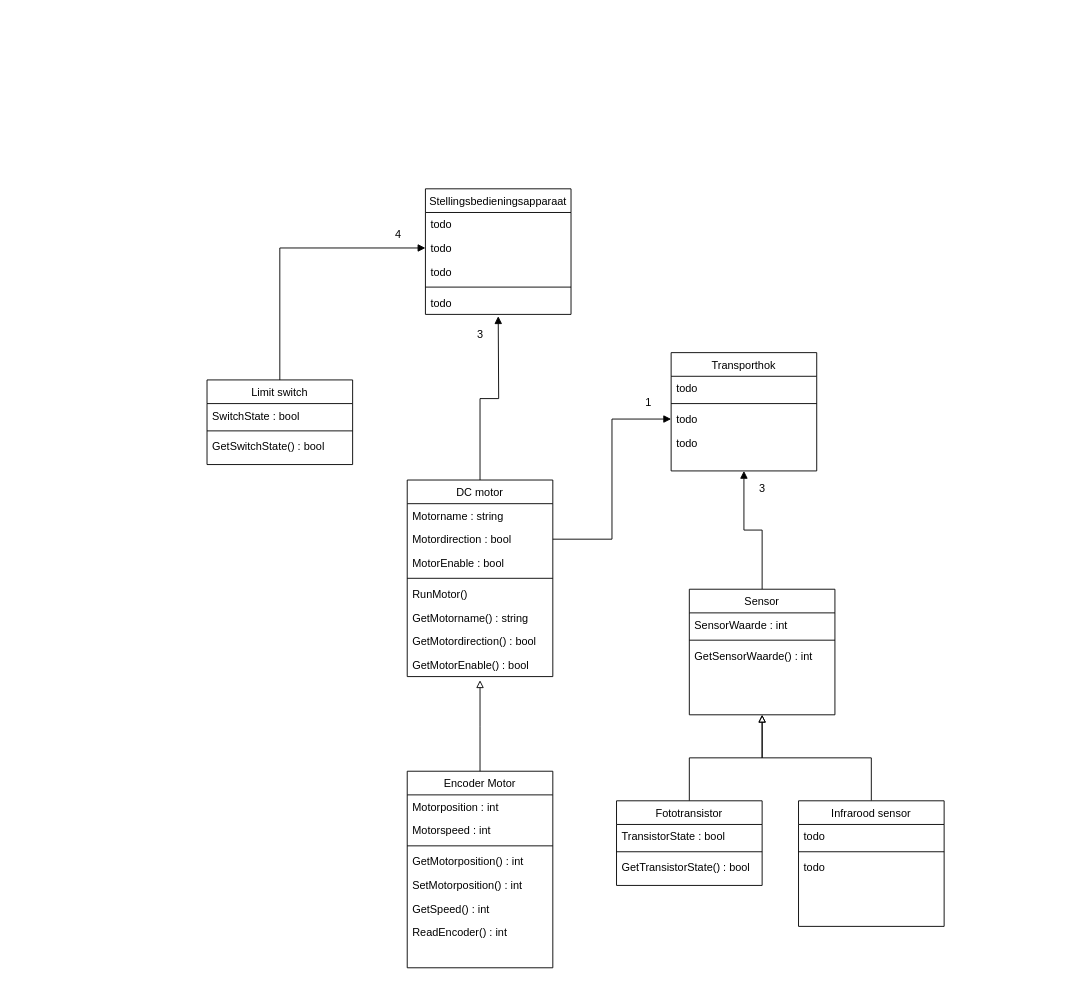
The draw.io diagram Sofware Design/Proftaak/Warehouse class diagram.drawio in TiemonS/Tiemon-Steeghs-Semester-3-Repository, before the edit. Source tidied: cells renumbered, new cells numbered last; positions are measured from the earlier drawing's top-left corner, leaving out a move shared by most shapes. Both pictures are drawn from the tidied source at 91%, with x=0, y=0 at pixel (207, 188).
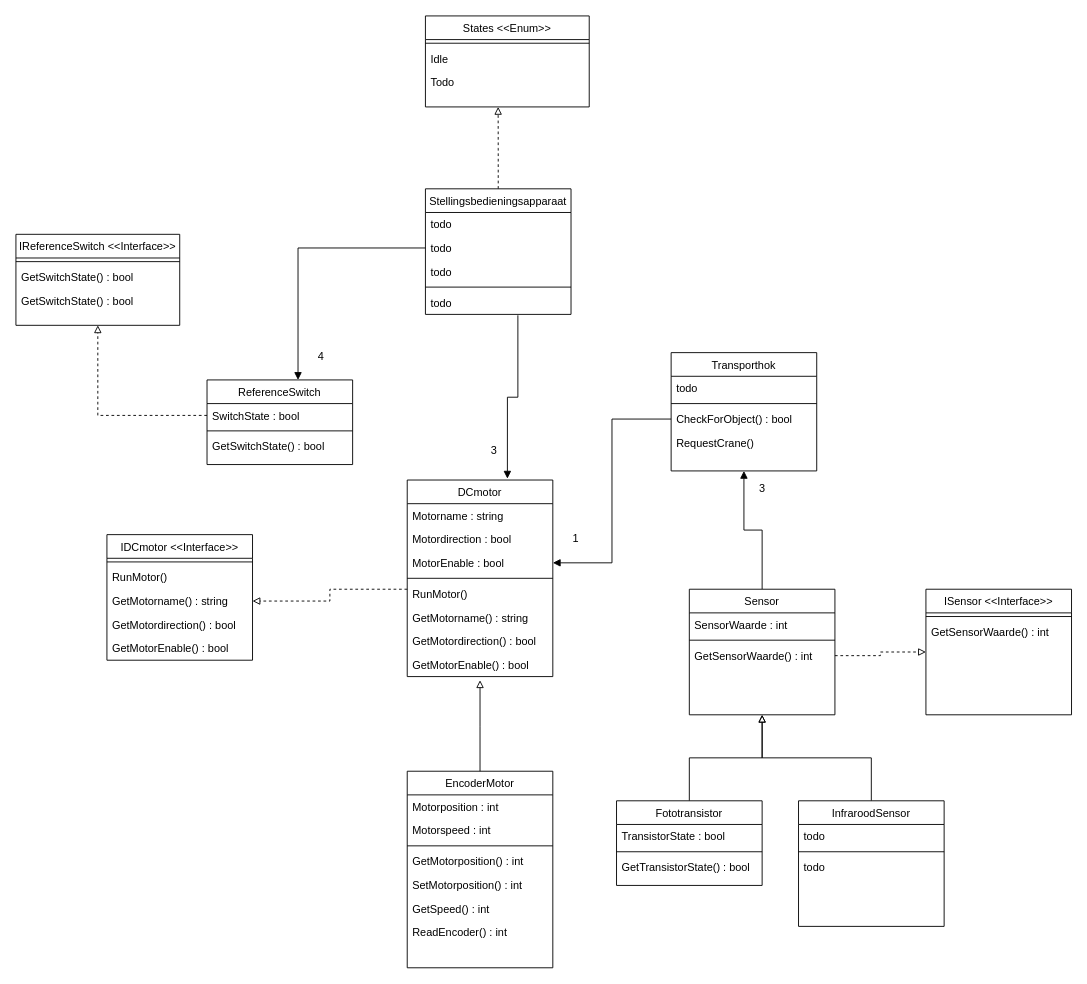
After the change.

Unchanged cells that the change refers to:
```xml
<mxCell id="2" value="Stellingsbedieningsapparaat" style="swimlane;fontStyle=0;align=center;verticalAlign=top;horizontal=1;startSize=26;rounded=0;shadow=0;strokeWidth=1;" parent="1" vertex="1">
  <mxGeometry x="240" width="160" height="138" as="geometry" />
</mxCell>
<mxCell id="4" value="todo" style="text;align=left;verticalAlign=top;spacingLeft=4;spacingRight=4;overflow=hidden;points=[[0,0.5],[1,0.5]];portConstraint=eastwest;rounded=0;shadow=0;html=0;" parent="2" vertex="1">
  <mxGeometry y="52" width="160" height="26" as="geometry" />
</mxCell>
<mxCell id="7" value="todo" style="text;align=left;verticalAlign=top;spacingLeft=4;spacingRight=4;overflow=hidden;points=[[0,0.5],[1,0.5]];portConstraint=eastwest;" parent="2" vertex="1">
  <mxGeometry y="112" width="160" height="26" as="geometry" />
</mxCell>
<mxCell id="11" value="Motordirection : bool" style="text;align=left;verticalAlign=top;spacingLeft=4;spacingRight=4;overflow=hidden;points=[[0,0.5],[1,0.5]];portConstraint=eastwest;rounded=0;shadow=0;html=0;" parent="9" vertex="1">
  <mxGeometry y="52" width="160" height="26" as="geometry" />
</mxCell>
<mxCell id="12" value="MotorEnable : bool" style="text;align=left;verticalAlign=top;spacingLeft=4;spacingRight=4;overflow=hidden;points=[[0,0.5],[1,0.5]];portConstraint=eastwest;rounded=0;shadow=0;html=0;" parent="9" vertex="1">
  <mxGeometry y="78" width="160" height="26" as="geometry" />
</mxCell>
<mxCell id="14" value="RunMotor()" style="text;align=left;verticalAlign=top;spacingLeft=4;spacingRight=4;overflow=hidden;points=[[0,0.5],[1,0.5]];portConstraint=eastwest;" parent="9" vertex="1">
  <mxGeometry y="112" width="160" height="26" as="geometry" />
</mxCell>
<mxCell id="29" value="SwitchState : bool" style="text;align=left;verticalAlign=top;spacingLeft=4;spacingRight=4;overflow=hidden;points=[[0,0.5],[1,0.5]];portConstraint=eastwest;" parent="28" vertex="1">
  <mxGeometry y="26" width="160" height="26" as="geometry" />
</mxCell>
<mxCell id="34" value="Transporthok" style="swimlane;fontStyle=0;align=center;verticalAlign=top;horizontal=1;startSize=26;rounded=0;shadow=0;strokeWidth=1;" parent="1" vertex="1">
  <mxGeometry x="510" y="180" width="160" height="130" as="geometry" />
</mxCell>
<mxCell id="55" value="GetSensorWaarde() : int" style="text;align=left;verticalAlign=top;spacingLeft=4;spacingRight=4;overflow=hidden;points=[[0,0.5],[1,0.5]];portConstraint=eastwest;" parent="52" vertex="1">
  <mxGeometry y="60" width="160" height="26" as="geometry" />
</mxCell>
```

What changed in the source:
```diff
@@
+    <mxCell id="57" style="edgeStyle=orthogonalEdgeStyle;rounded=0;jettySize=auto;html=1;exitX=0.5;exitY=0;exitDx=0;exitDy=0;dashed=1;endArrow=block;endFill=0;" parent="1" edge="1" source="2">
+      <mxGeometry relative="1" as="geometry">
+        <mxPoint x="319.9" y="-90" as="targetPoint" />
+      </mxGeometry>
+    </mxCell>
@@
-    <mxCell id="8" style="edgeStyle=orthogonalEdgeStyle;rounded=0;jettySize=auto;html=1;exitX=0.5;exitY=0;exitDx=0;exitDy=0;endArrow=block;endFill=1;" parent="1" edge="1" source="9">
-      <mxGeometry relative="1" as="geometry">
-        <mxPoint x="320" y="140" as="targetPoint" />
-      </mxGeometry>
+    <mxCell id="8" style="edgeStyle=orthogonalEdgeStyle;rounded=0;jettySize=auto;html=1;exitX=0.635;exitY=1.038;exitDx=0;exitDy=0;endArrow=block;endFill=1;entryX=0.688;entryY=-0.007;entryDx=0;entryDy=0;entryPerimeter=0;exitPerimeter=0;" parent="1" edge="1" source="7" target="9">
+      <mxGeometry relative="1" as="geometry" />
     </mxCell>
-    <mxCell id="9" value="DC motor" style="swimlane;fontStyle=0;align=center;verticalAlign=top;horizontal=1;startSize=26;rounded=0;shadow=0;strokeWidth=1;" parent="1" vertex="1">
+    <mxCell id="9" value="DCmotor" style="swimlane;fontStyle=0;align=center;verticalAlign=top;horizontal=1;startSize=26;rounded=0;shadow=0;strokeWidth=1;" parent="1" vertex="1">
       <mxGeometry x="220" y="320" width="160" height="216" as="geometry" />
     </mxCell>
@@
-    <mxCell id="18" value="Encoder Motor" style="swimlane;fontStyle=0;align=center;verticalAlign=top;horizontal=1;startSize=26;rounded=0;shadow=0;strokeWidth=1;" parent="1" vertex="1">
+    <mxCell id="18" value="EncoderMotor" style="swimlane;fontStyle=0;align=center;verticalAlign=top;horizontal=1;startSize=26;rounded=0;shadow=0;strokeWidth=1;" parent="1" vertex="1">
       <mxGeometry x="220" y="640" width="160" height="216" as="geometry" />
     </mxCell>
@@
-    <mxCell id="27" style="edgeStyle=orthogonalEdgeStyle;rounded=0;jettySize=auto;html=1;exitX=0.5;exitY=0;exitDx=0;exitDy=0;entryX=0;entryY=0.5;entryDx=0;entryDy=0;endArrow=block;endFill=1;" parent="1" edge="1" source="28" target="4">
+    <mxCell id="27" style="edgeStyle=orthogonalEdgeStyle;rounded=0;jettySize=auto;html=1;exitX=0;exitY=0.5;exitDx=0;exitDy=0;entryX=0.625;entryY=0;entryDx=0;entryDy=0;endArrow=block;endFill=1;entryPerimeter=0;" parent="1" edge="1" source="4" target="28">
       <mxGeometry relative="1" as="geometry" />
     </mxCell>
-    <mxCell id="28" value="Limit switch" style="swimlane;fontStyle=0;align=center;verticalAlign=top;horizontal=1;startSize=26;rounded=0;shadow=0;strokeWidth=1;" parent="1" vertex="1">
+    <mxCell id="28" value="ReferenceSwitch" style="swimlane;fontStyle=0;align=center;verticalAlign=top;horizontal=1;startSize=26;rounded=0;shadow=0;strokeWidth=1;" parent="1" vertex="1">
       <mxGeometry y="210" width="160" height="93" as="geometry" />
     </mxCell>
@@
     <mxCell id="32" value="4" style="text;html=1;align=center;verticalAlign=middle;strokeColor=none;fillColor=none;" parent="1" vertex="1">
-      <mxGeometry x="195" y="35" width="30" height="30" as="geometry" />
+      <mxGeometry x="110" y="170" width="30" height="30" as="geometry" />
     </mxCell>
     <mxCell id="33" value="3" style="text;html=1;align=center;verticalAlign=middle;strokeColor=none;fillColor=none;" parent="1" vertex="1">
-      <mxGeometry x="285" y="145" width="30" height="30" as="geometry" />
+      <mxGeometry x="300" y="273" width="30" height="30" as="geometry" />
     </mxCell>
@@
-    <mxCell id="37" value="todo" style="text;align=left;verticalAlign=top;spacingLeft=4;spacingRight=4;overflow=hidden;points=[[0,0.5],[1,0.5]];portConstraint=eastwest;" parent="34" vertex="1">
+    <mxCell id="37" value="CheckForObject() : bool" style="text;align=left;verticalAlign=top;spacingLeft=4;spacingRight=4;overflow=hidden;points=[[0,0.5],[1,0.5]];portConstraint=eastwest;" parent="34" vertex="1">
       <mxGeometry y="60" width="160" height="26" as="geometry" />
     </mxCell>
-    <mxCell id="38" value="todo" style="text;align=left;verticalAlign=top;spacingLeft=4;spacingRight=4;overflow=hidden;" parent="34" vertex="1">
+    <mxCell id="38" value="RequestCrane()" style="text;align=left;verticalAlign=top;spacingLeft=4;spacingRight=4;overflow=hidden;" parent="34" vertex="1">
       <mxGeometry y="86" width="160" height="26" as="geometry" />
     </mxCell>
-    <mxCell id="39" style="edgeStyle=orthogonalEdgeStyle;rounded=0;jettySize=auto;html=1;exitX=1;exitY=0.5;exitDx=0;exitDy=0;entryX=0;entryY=0.5;entryDx=0;entryDy=0;endArrow=block;endFill=1;" parent="1" edge="1" source="11" target="37">
-      <mxGeometry relative="1" as="geometry" />
-    </mxCell>
     <mxCell id="40" value="1" style="text;html=1;align=center;verticalAlign=middle;strokeColor=none;fillColor=none;" parent="1" vertex="1">
-      <mxGeometry x="470" y="220" width="30" height="30" as="geometry" />
+      <mxGeometry x="390" y="370" width="30" height="30" as="geometry" />
     </mxCell>
@@
-    <mxCell id="47" value="Infrarood sensor" style="swimlane;fontStyle=0;align=center;verticalAlign=top;horizontal=1;startSize=26;rounded=0;shadow=0;strokeWidth=1;" parent="1" vertex="1">
+    <mxCell id="47" value="InfraroodSensor" style="swimlane;fontStyle=0;align=center;verticalAlign=top;horizontal=1;startSize=26;rounded=0;shadow=0;strokeWidth=1;" parent="1" vertex="1">
       <mxGeometry x="650" y="672.5" width="160" height="138" as="geometry" />
     </mxCell>
@@
+    <mxCell id="58" value="IDCmotor &lt;&lt;Interface&gt;&gt;" style="swimlane;fontStyle=0;align=center;verticalAlign=top;horizontal=1;startSize=26;rounded=0;shadow=0;strokeWidth=1;" parent="1" vertex="1">
+      <mxGeometry x="-110" y="380" width="160" height="138" as="geometry" />
+    </mxCell>
+    <mxCell id="59" style="line;html=1;strokeWidth=1;align=left;verticalAlign=middle;spacingTop=-1;spacingLeft=3;spacingRight=3;labelPosition=right;" parent="58" vertex="1">
+      <mxGeometry y="26" width="160" height="8" as="geometry" />
+    </mxCell>
+    <mxCell id="60" value="RunMotor()" style="text;align=left;verticalAlign=top;spacingLeft=4;spacingRight=4;overflow=hidden;" parent="58" vertex="1">
+      <mxGeometry y="34" width="160" height="26" as="geometry" />
+    </mxCell>
+    <mxCell id="61" value="GetMotorname() : string" style="text;align=left;verticalAlign=top;spacingLeft=4;spacingRight=4;overflow=hidden;points=[[0,0.5],[1,0.5]];portConstraint=eastwest;" parent="58" vertex="1">
+      <mxGeometry y="60" width="160" height="26" as="geometry" />
+    </mxCell>
+    <mxCell id="62" value="GetMotordirection() : bool" style="text;align=left;verticalAlign=top;spacingLeft=4;spacingRight=4;overflow=hidden;" parent="58" vertex="1">
+      <mxGeometry y="86" width="160" height="26" as="geometry" />
+    </mxCell>
+    <mxCell id="63" value="GetMotorEnable() : bool" style="text;align=left;verticalAlign=top;spacingLeft=4;spacingRight=4;overflow=hidden;" parent="58" vertex="1">
+      <mxGeometry y="112" width="160" height="26" as="geometry" />
+    </mxCell>
+    <mxCell id="64" style="edgeStyle=orthogonalEdgeStyle;rounded=0;jettySize=auto;html=1;exitX=0;exitY=0.308;exitDx=0;exitDy=0;entryX=1;entryY=0.5;entryDx=0;entryDy=0;dashed=1;endArrow=block;endFill=0;exitPerimeter=0;" parent="1" edge="1" source="14" target="61">
+      <mxGeometry relative="1" as="geometry" />
+    </mxCell>
+    <mxCell id="65" value="IReferenceSwitch &lt;&lt;Interface&gt;&gt;" style="swimlane;fontStyle=0;align=center;verticalAlign=top;horizontal=1;startSize=26;rounded=0;shadow=0;strokeWidth=1;" parent="1" vertex="1">
+      <mxGeometry x="-210" y="50" width="180" height="100" as="geometry" />
+    </mxCell>
+    <mxCell id="66" style="line;html=1;strokeWidth=1;align=left;verticalAlign=middle;spacingTop=-1;spacingLeft=3;spacingRight=3;labelPosition=right;" parent="65" vertex="1">
+      <mxGeometry y="26" width="180" height="8" as="geometry" />
+    </mxCell>
+    <mxCell id="67" value="GetSwitchState() : bool" style="text;align=left;verticalAlign=top;spacingLeft=4;spacingRight=4;overflow=hidden;" parent="65" vertex="1">
+      <mxGeometry y="34" width="180" height="26" as="geometry" />
+    </mxCell>
+    <mxCell id="68" value="GetSwitchState() : bool" style="text;align=left;verticalAlign=top;spacingLeft=4;spacingRight=4;overflow=hidden;" parent="65" vertex="1">
+      <mxGeometry y="60" width="180" height="26" as="geometry" />
+    </mxCell>
+    <mxCell id="69" style="edgeStyle=orthogonalEdgeStyle;rounded=0;jettySize=auto;html=1;exitX=0;exitY=0.5;exitDx=0;exitDy=0;entryX=0.5;entryY=1;entryDx=0;entryDy=0;dashed=1;endArrow=block;endFill=0;" parent="1" edge="1" source="29" target="65">
+      <mxGeometry relative="1" as="geometry" />
+    </mxCell>
+    <mxCell id="70" value="ISensor &lt;&lt;Interface&gt;&gt;" style="swimlane;fontStyle=0;align=center;verticalAlign=top;horizontal=1;startSize=26;rounded=0;shadow=0;strokeWidth=1;" parent="1" vertex="1">
+      <mxGeometry x="790" y="440" width="160" height="138" as="geometry" />
+    </mxCell>
+    <mxCell id="71" style="line;html=1;strokeWidth=1;align=left;verticalAlign=middle;spacingTop=-1;spacingLeft=3;spacingRight=3;labelPosition=right;" parent="70" vertex="1">
+      <mxGeometry y="26" width="160" height="8" as="geometry" />
+    </mxCell>
+    <mxCell id="72" value="GetSensorWaarde() : int" style="text;align=left;verticalAlign=top;spacingLeft=4;spacingRight=4;overflow=hidden;" parent="70" vertex="1">
+      <mxGeometry y="34" width="160" height="26" as="geometry" />
+    </mxCell>
+    <mxCell id="73" style="edgeStyle=orthogonalEdgeStyle;rounded=0;jettySize=auto;html=1;exitX=1;exitY=0.5;exitDx=0;exitDy=0;entryX=0;entryY=0.5;entryDx=0;entryDy=0;dashed=1;endArrow=block;endFill=0;" parent="1" edge="1" source="55" target="70">
+      <mxGeometry relative="1" as="geometry" />
+    </mxCell>
+    <mxCell id="39" style="edgeStyle=orthogonalEdgeStyle;rounded=0;jettySize=auto;html=1;exitX=0;exitY=0.5;exitDx=0;exitDy=0;entryX=1;entryY=0.5;entryDx=0;entryDy=0;endArrow=block;endFill=1;" parent="1" edge="1" source="37" target="12">
+      <mxGeometry relative="1" as="geometry" />
+    </mxCell>
+    <mxCell id="74" value="States &lt;&lt;Enum&gt;&gt;" style="swimlane;fontStyle=0;align=center;verticalAlign=top;horizontal=1;startSize=26;rounded=0;shadow=0;strokeWidth=1;" parent="1" vertex="1">
+      <mxGeometry x="240" y="-190" width="180" height="100" as="geometry" />
+    </mxCell>
+    <mxCell id="75" style="line;html=1;strokeWidth=1;align=left;verticalAlign=middle;spacingTop=-1;spacingLeft=3;spacingRight=3;labelPosition=right;" parent="74" vertex="1">
+      <mxGeometry y="26" width="180" height="8" as="geometry" />
+    </mxCell>
+    <mxCell id="76" value="Idle" style="text;align=left;verticalAlign=top;spacingLeft=4;spacingRight=4;overflow=hidden;" parent="74" vertex="1">
+      <mxGeometry y="34" width="180" height="26" as="geometry" />
+    </mxCell>
+    <mxCell id="77" value="Todo" style="text;align=left;verticalAlign=top;spacingLeft=4;spacingRight=4;overflow=hidden;" parent="74" vertex="1">
+      <mxGeometry y="60" width="180" height="26" as="geometry" />
+    </mxCell>
```
